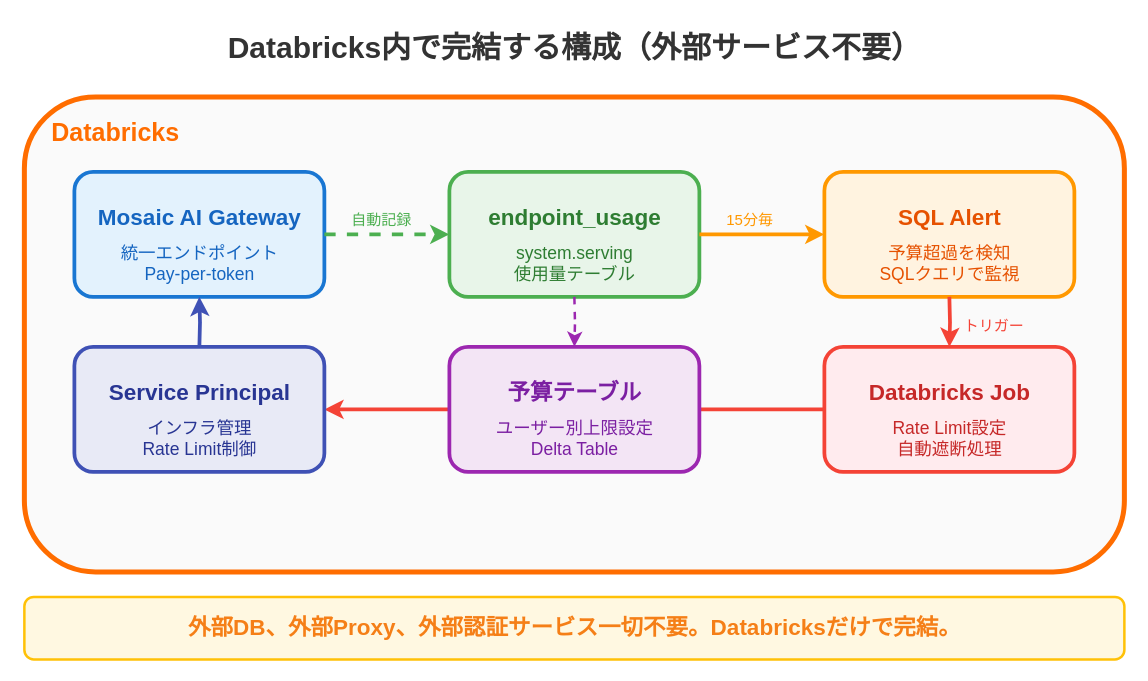
The draw.io diagram assets/2026-01-27-jedai-ai-gateway/databricks-infrastructure.drawio in i9wa4/i9wa4.github.io, before the edit. Source tidied: cells renumbered, new cells numbered last; positions are measured from the earlier drawing's top-left corner, leaving out a move shared by most shapes. Both pictures are drawn from the tidied source at 125%, with x=0, y=0 at pixel (24, 21).
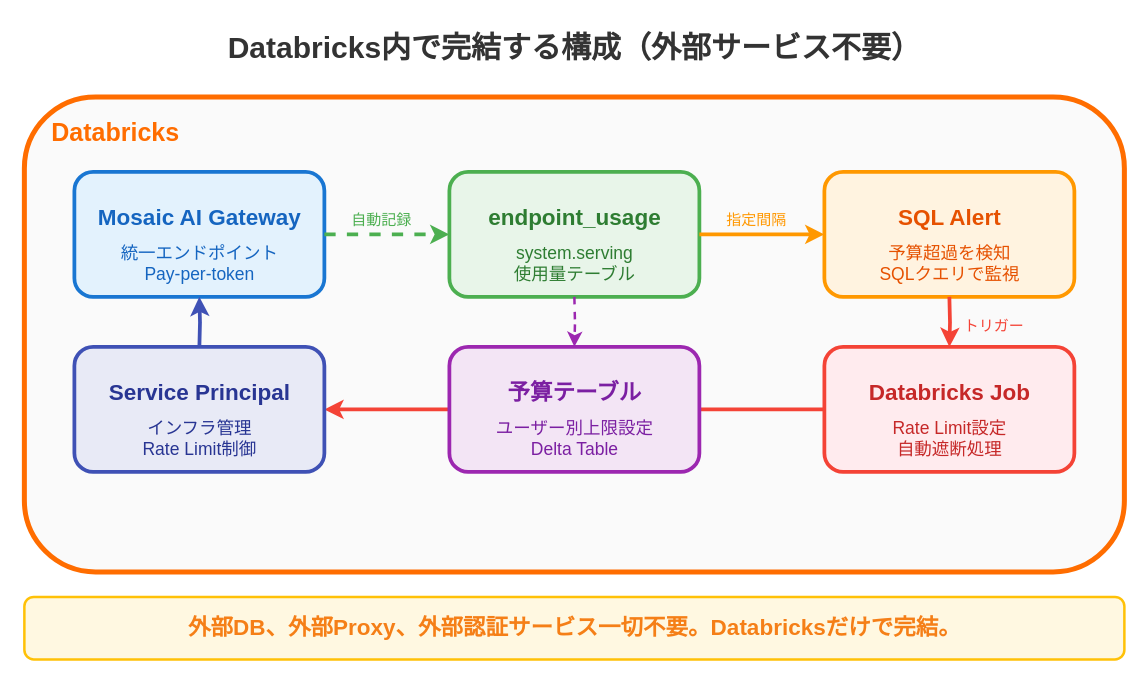
The same page after the edit.

Change to the diagram source:
```diff
@@
-    <mxCell id="14" value="15分毎" style="text;html=1;fontSize=12;fontFamily=Noto Sans JP;fontColor=#FF9800;" parent="1" vertex="1">
+    <mxCell id="14" value="指定間隔" style="text;html=1;fontSize=12;fontFamily=Noto Sans JP;fontColor=#FF9800;" parent="1" vertex="1">
       <mxGeometry x="560" y="145" width="50" height="20" as="geometry" />
     </mxCell>
```
